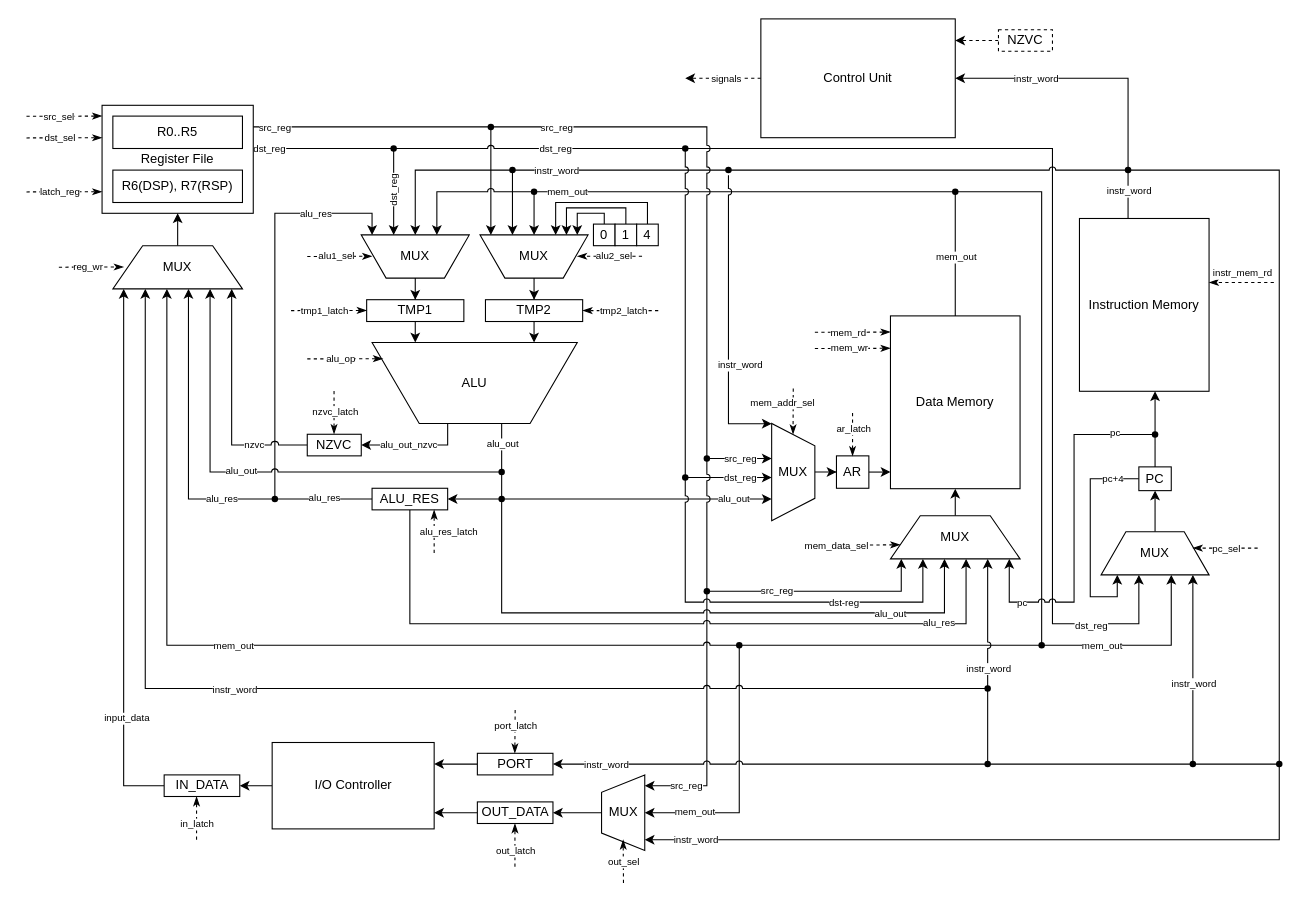
Earlier version of the draw.io diagram scheme/csa_lab4_datapath_scheme.drawio (xtern0o/csa_lab4). Source tidied: cells renumbered, new cells numbered last; positions are measured from the earlier drawing's top-left corner, leaving out a move shared by most shapes. Both pictures are drawn from the tidied source at 108%, with x=0, y=0 at pixel (26, 18).
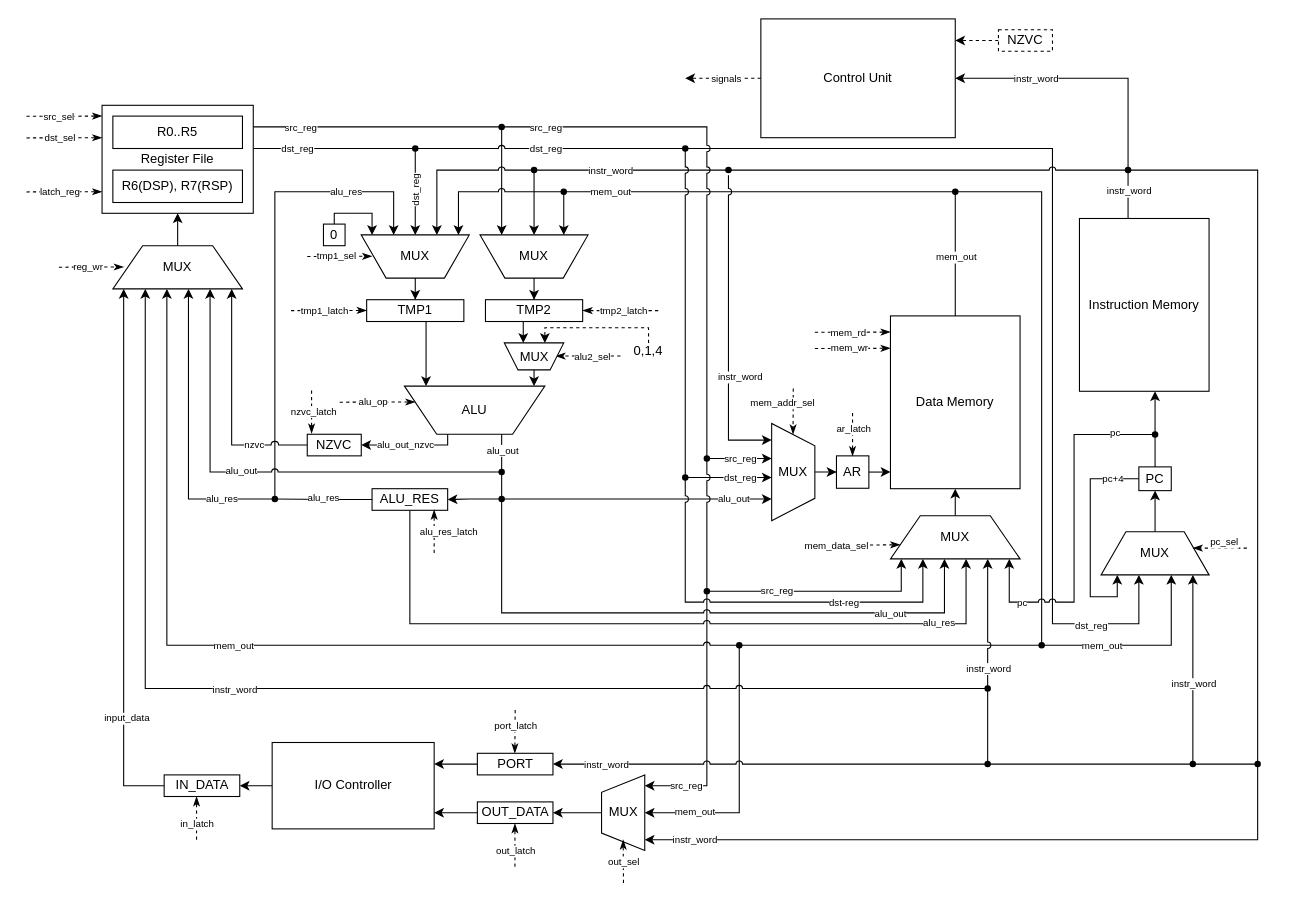
After the change.

The change refers to these unchanged cells:
```xml
<mxCell id="9" style="edgeStyle=orthogonalEdgeStyle;rounded=0;jettySize=auto;html=1;endArrow=none;endFill=0;" parent="1" edge="1" source="11" target="43">
  <mxGeometry relative="1" as="geometry">
    <Array as="points">
      <mxPoint x="150" y="120" />
      <mxPoint x="150" y="120" />
    </Array>
  </mxGeometry>
</mxCell>
<mxCell id="28" value="MUX" style="verticalLabelPosition=middle;verticalAlign=middle;html=1;shape=trapezoid;perimeter=trapezoidPerimeter;whiteSpace=wrap;size=0.23;arcSize=10;flipV=1;labelPosition=center;align=center;" parent="1" vertex="1">
  <mxGeometry x="310" y="200" width="100" height="40" as="geometry" />
</mxCell>
<mxCell id="33" value="MUX" style="verticalLabelPosition=middle;verticalAlign=middle;html=1;shape=trapezoid;perimeter=trapezoidPerimeter;whiteSpace=wrap;size=0.23;arcSize=10;flipV=1;labelPosition=center;align=center;" parent="1" vertex="1">
  <mxGeometry x="420" y="200" width="100" height="40" as="geometry" />
</mxCell>
<mxCell id="34" style="endArrow=classicThin;html=1;rounded=0;dashed=1;endFill=1;" parent="1" edge="1">
  <mxGeometry relative="1" as="geometry">
    <mxPoint x="260" y="220" as="sourcePoint" />
    <mxPoint x="320" y="219.8" as="targetPoint" />
  </mxGeometry>
</mxCell>
<mxCell id="38" style="edgeStyle=orthogonalEdgeStyle;rounded=0;jettySize=auto;html=1;entryX=0.505;entryY=0.805;entryDx=0;entryDy=0;entryPerimeter=0;endArrow=none;endFill=0;" parent="1" edge="1" source="11" target="24">
  <mxGeometry relative="1" as="geometry">
    <Array as="points">
      <mxPoint x="140" y="100" />
      <mxPoint x="140" y="100" />
    </Array>
  </mxGeometry>
</mxCell>
<mxCell id="60" style="shape=waypoint;sketch=0;fillStyle=solid;size=6;points=[];fillColor=none;perimeter=centerPerimeter;snapToPoint=1;" parent="1" vertex="1">
  <mxGeometry x="220" y="434.6" width="20" height="20" as="geometry" />
</mxCell>
<mxCell id="75" value="MUX" style="verticalLabelPosition=middle;verticalAlign=middle;html=1;shape=trapezoid;perimeter=trapezoidPerimeter;whiteSpace=wrap;size=0.23;arcSize=10;flipV=1;labelPosition=center;align=center;legacyAnchorPoints=0;direction=south;" parent="1" vertex="1">
  <mxGeometry x="690" y="374.6" width="40" height="90" as="geometry" />
</mxCell>
<mxCell id="108" value="MUX" style="verticalLabelPosition=middle;verticalAlign=middle;html=1;shape=trapezoid;perimeter=trapezoidPerimeter;whiteSpace=wrap;size=0.23;arcSize=10;flipV=1;labelPosition=center;align=center;legacyAnchorPoints=0;direction=north;" parent="1" vertex="1">
  <mxGeometry x="532.5" y="700" width="40" height="70" as="geometry" />
</mxCell>
<mxCell id="180" style="edgeStyle=orthogonalEdgeStyle;rounded=0;jettySize=auto;html=1;jumpStyle=arc;endArrow=none;endFill=0;" parent="1" edge="1" source="43" target="182">
  <mxGeometry relative="1" as="geometry" />
</mxCell>
<mxCell id="190" style="shape=waypoint;sketch=0;fillStyle=solid;size=6;points=[];fillColor=none;perimeter=centerPerimeter;snapToPoint=1;" parent="1" vertex="1">
  <mxGeometry x="1010" y="130" width="20" height="20" as="geometry" />
</mxCell>
<mxCell id="205" value="TMP1" style="rounded=0;whiteSpace=wrap;html=1;" parent="1" vertex="1">
  <mxGeometry x="315" y="260" width="90" height="20.2" as="geometry" />
</mxCell>
<mxCell id="207" value="TMP2" style="rounded=0;whiteSpace=wrap;html=1;" parent="1" vertex="1">
  <mxGeometry x="425" y="260" width="90" height="20.2" as="geometry" />
</mxCell>
```

Diff of the diagram source:
```diff
@@
     <mxCell id="10" value="dst_reg" style="edgeLabel;html=1;align=center;verticalAlign=middle;fontSize=9;" parent="9" vertex="1">
       <mxGeometry x="0.05" y="-1" relative="1" as="geometry">
-        <mxPoint x="-54" y="-1" as="offset" />
+        <mxPoint x="-39" y="-1" as="offset" />
       </mxGeometry>
     </mxCell>
@@
     <mxCell id="22" style="edgeStyle=orthogonalEdgeStyle;rounded=0;jettySize=auto;html=1;jumpStyle=arc;" parent="1" edge="1" source="24" target="33">
       <mxGeometry relative="1" as="geometry">
         <Array as="points">
-          <mxPoint x="430" y="100" />
-          <mxPoint x="430" y="100" />
+          <mxPoint x="440" y="130" />
+          <mxPoint x="440" y="130" />
         </Array>
       </mxGeometry>
     </mxCell>
@@
     <mxCell id="24" style="shape=waypoint;sketch=0;fillStyle=solid;size=6;points=[];fillColor=none;perimeter=centerPerimeter;snapToPoint=1;" parent="1" vertex="1">
-      <mxGeometry x="420" y="90" width="20" height="20" as="geometry" />
+      <mxGeometry x="430" y="90" width="20" height="20" as="geometry" />
     </mxCell>
@@
     <mxCell id="31" value="ALU" style="verticalLabelPosition=middle;verticalAlign=middle;html=1;shape=trapezoid;perimeter=trapezoidPerimeter;whiteSpace=wrap;size=0.23;arcSize=10;flipV=1;labelPosition=center;align=center;" parent="1" vertex="1">
-      <mxGeometry x="320" y="299.6" width="190" height="75" as="geometry" />
+      <mxGeometry x="350" y="340" width="130" height="44.6" as="geometry" />
     </mxCell>
@@
-    <mxCell id="35" value="alu1_sel" style="edgeLabel;html=1;align=center;verticalAlign=middle;fontSize=9;" parent="34" vertex="1">
+    <mxCell id="35" value="tmp1_sel" style="edgeLabel;html=1;align=center;verticalAlign=middle;fontSize=9;" parent="34" vertex="1">
       <mxGeometry x="-0.3" y="1" relative="1" as="geometry">
         <mxPoint x="6" y="1" as="offset" />
       </mxGeometry>
     </mxCell>
     <mxCell id="36" style="endArrow=classicThin;html=1;rounded=0;dashed=1;endFill=1;" parent="1" edge="1">
       <mxGeometry relative="1" as="geometry">
-        <mxPoint x="570" y="219.8" as="sourcePoint" />
-        <mxPoint x="510" y="219.8" as="targetPoint" />
+        <mxPoint x="550" y="312.2" as="sourcePoint" />
+        <mxPoint x="490" y="312.2" as="targetPoint" />
       </mxGeometry>
     </mxCell>
@@
     <mxCell id="39" value="src_reg" style="edgeLabel;html=1;align=center;verticalAlign=middle;fontSize=9;" parent="38" vertex="1">
       <mxGeometry x="-0.32" y="1" relative="1" as="geometry">
-        <mxPoint x="-56" y="1" as="offset" />
+        <mxPoint x="-35" y="1" as="offset" />
       </mxGeometry>
     </mxCell>
     <mxCell id="40" style="edgeStyle=orthogonalEdgeStyle;rounded=0;jettySize=auto;html=1;" parent="1" edge="1" source="43" target="28">
       <mxGeometry relative="1" as="geometry">
         <Array as="points">
-          <mxPoint x="340" y="140" />
-          <mxPoint x="340" y="140" />
+          <mxPoint x="360" y="140" />
+          <mxPoint x="360" y="140" />
         </Array>
       </mxGeometry>
     </mxCell>
@@
     <mxCell id="43" style="shape=waypoint;sketch=0;fillStyle=solid;size=6;points=[];fillColor=none;perimeter=centerPerimeter;snapToPoint=1;" parent="1" vertex="1">
-      <mxGeometry x="330" y="110" width="20" height="20" as="geometry" />
+      <mxGeometry x="350" y="110" width="20" height="20" as="geometry" />
     </mxCell>
@@
     <mxCell id="55" value="ALU_RES" style="rounded=0;whiteSpace=wrap;html=1;" parent="1" vertex="1">
-      <mxGeometry x="320" y="434.6" width="70" height="20" as="geometry" />
+      <mxGeometry x="320" y="435" width="70" height="20" as="geometry" />
     </mxCell>
@@
     <mxCell id="58" style="edgeStyle=orthogonalEdgeStyle;rounded=0;jettySize=auto;html=1;" parent="1" edge="1" source="60" target="28">
       <mxGeometry relative="1" as="geometry">
         <Array as="points">
-          <mxPoint x="230" y="180" />
-          <mxPoint x="320" y="180" />
+          <mxPoint x="230" y="160" />
+          <mxPoint x="340" y="160" />
         </Array>
       </mxGeometry>
     </mxCell>
@@
     <mxCell id="61" style="endArrow=classicThin;html=1;rounded=0;dashed=1;endFill=1;" parent="1" edge="1">
       <mxGeometry relative="1" as="geometry">
-        <mxPoint x="284.8" y="344.6" as="sourcePoint" />
-        <mxPoint x="284.8" y="384.4" as="targetPoint" />
+        <mxPoint x="264" y="344" as="sourcePoint" />
+        <mxPoint x="264" y="383.8" as="targetPoint" />
       </mxGeometry>
     </mxCell>
@@
     <mxCell id="66" style="endArrow=classicThin;html=1;rounded=0;dashed=1;endFill=1;" parent="1" edge="1">
       <mxGeometry relative="1" as="geometry">
-        <mxPoint x="260" y="314.8" as="sourcePoint" />
-        <mxPoint x="330" y="314.6" as="targetPoint" />
+        <mxPoint x="290" y="354.9" as="sourcePoint" />
+        <mxPoint x="360" y="354.7" as="targetPoint" />
       </mxGeometry>
     </mxCell>
@@
     <mxCell id="68" value="src_reg" style="edgeLabel;html=1;align=center;verticalAlign=middle;fontSize=9;" parent="1" vertex="1">
-      <mxGeometry x="490" y="100" as="geometry" />
+      <mxGeometry x="480" y="100" as="geometry" />
     </mxCell>
@@
-    <mxCell id="78" style="edgeStyle=orthogonalEdgeStyle;rounded=0;jettySize=auto;html=1;" parent="1" edge="1" source="79" target="33">
-      <mxGeometry relative="1" as="geometry">
-        <Array as="points">
-          <mxPoint x="535" y="180" />
-          <mxPoint x="510" y="180" />
-        </Array>
-      </mxGeometry>
-    </mxCell>
-    <mxCell id="79" value="0" style="rounded=0;whiteSpace=wrap;html=1;" parent="1" vertex="1">
-      <mxGeometry x="525" y="190" width="20" height="20" as="geometry" />
-    </mxCell>
@@
     <mxCell id="98" style="shape=waypoint;sketch=0;fillStyle=solid;size=6;points=[];fillColor=none;perimeter=centerPerimeter;snapToPoint=1;" parent="1" vertex="1">
-      <mxGeometry x="460" y="150" width="20" height="20" as="geometry" />
+      <mxGeometry x="487.5" y="150" width="20" height="20" as="geometry" />
     </mxCell>
     <mxCell id="99" style="edgeStyle=orthogonalEdgeStyle;rounded=0;jettySize=auto;html=1;endArrow=classic;endFill=1;jumpStyle=arc;" parent="1" edge="1" source="98" target="28">
       <mxGeometry relative="1" as="geometry">
         <Array as="points">
-          <mxPoint x="380" y="160" />
+          <mxPoint x="400" y="160" />
         </Array>
       </mxGeometry>
     </mxCell>
     <mxCell id="100" value="mem_out" style="edgeLabel;html=1;align=center;verticalAlign=middle;fontSize=9;" parent="99" vertex="1">
       <mxGeometry x="-0.31" y="1" relative="1" as="geometry">
-        <mxPoint x="75" y="-1" as="offset" />
+        <mxPoint x="90" y="-1" as="offset" />
       </mxGeometry>
     </mxCell>
@@
     <mxCell id="140" style="edgeStyle=orthogonalEdgeStyle;rounded=0;jettySize=auto;html=1;jumpStyle=arc;entryX=0.889;entryY=0.831;entryDx=0;entryDy=0;entryPerimeter=0;endArrow=none;endFill=0;" parent="1" edge="1" source="190" target="151">
       <mxGeometry relative="1" as="geometry">
         <Array as="points">
-          <mxPoint x="1160" y="140" />
+          <mxPoint x="1140" y="140" />
         </Array>
       </mxGeometry>
     </mxCell>
@@
     <mxCell id="143" style="edgeStyle=orthogonalEdgeStyle;rounded=0;jettySize=auto;html=1;" parent="1" edge="1" source="146" target="33">
       <mxGeometry relative="1" as="geometry">
         <Array as="points">
-          <mxPoint x="450" y="180" />
-          <mxPoint x="450" y="180" />
+          <mxPoint x="470" y="160" />
+          <mxPoint x="470" y="160" />
         </Array>
       </mxGeometry>
     </mxCell>
-    <mxCell id="144" style="edgeStyle=orthogonalEdgeStyle;rounded=0;jettySize=auto;html=1;" parent="1" edge="1" source="146" target="28">
+    <mxCell id="144" style="edgeStyle=orthogonalEdgeStyle;rounded=0;jettySize=auto;html=1;jumpStyle=arc;" parent="1" edge="1" source="146" target="28">
       <mxGeometry relative="1" as="geometry">
         <Array as="points">
-          <mxPoint x="360" y="140" />
+          <mxPoint x="380" y="140" />
         </Array>
       </mxGeometry>
     </mxCell>
     <mxCell id="145" value="instr_word" style="edgeLabel;html=1;align=center;verticalAlign=middle;fontSize=9;rotation=0;" parent="144" vertex="1">
       <mxGeometry x="0.63" y="2" relative="1" as="geometry">
-        <mxPoint x="128" y="-32" as="offset" />
+        <mxPoint x="158" y="-32" as="offset" />
       </mxGeometry>
     </mxCell>
     <mxCell id="146" style="shape=waypoint;sketch=0;fillStyle=solid;size=6;points=[];fillColor=none;perimeter=centerPerimeter;snapToPoint=1;" parent="1" vertex="1">
-      <mxGeometry x="440" y="130" width="20" height="20" as="geometry" />
+      <mxGeometry x="460" y="130" width="20" height="20" as="geometry" />
     </mxCell>
@@
     <mxCell id="149" style="edgeStyle=orthogonalEdgeStyle;rounded=0;jettySize=auto;html=1;" parent="1" edge="1" source="151" target="108">
       <mxGeometry relative="1" as="geometry">
         <Array as="points">
-          <mxPoint x="1160" y="760" />
+          <mxPoint x="1140" y="760" />
         </Array>
       </mxGeometry>
     </mxCell>
@@
     <mxCell id="151" style="shape=waypoint;sketch=0;fillStyle=solid;size=6;points=[];fillColor=none;perimeter=centerPerimeter;snapToPoint=1;" parent="1" vertex="1">
-      <mxGeometry x="1150" y="680" width="20" height="20" as="geometry" />
+      <mxGeometry x="1130" y="680" width="20" height="20" as="geometry" />
     </mxCell>
@@
-    <mxCell id="153" style="edgeStyle=orthogonalEdgeStyle;rounded=0;orthogonalLoop=1;jettySize=auto;html=1;jumpStyle=arc;" parent="1" edge="1">
+    <mxCell id="153" style="edgeStyle=orthogonalEdgeStyle;rounded=0;jettySize=auto;html=1;jumpStyle=arc;" parent="1" edge="1" target="75">
       <mxGeometry relative="1" as="geometry">
         <mxPoint x="650" y="144.8" as="sourcePoint" />
-        <mxPoint x="690" y="374.8" as="targetPoint" />
         <Array as="points">
-          <mxPoint x="650" y="374.8" />
+          <mxPoint x="650" y="390" />
         </Array>
       </mxGeometry>
     </mxCell>
@@
-    <mxCell id="162" style="edgeStyle=orthogonalEdgeStyle;rounded=0;jettySize=auto;html=1;" parent="1" edge="1" source="163" target="33">
-      <mxGeometry relative="1" as="geometry">
-        <Array as="points">
-          <mxPoint x="555" y="175" />
-          <mxPoint x="500" y="175" />
-        </Array>
-      </mxGeometry>
-    </mxCell>
-    <mxCell id="163" value="1" style="rounded=0;whiteSpace=wrap;html=1;" parent="1" vertex="1">
-      <mxGeometry x="545" y="190" width="20" height="20" as="geometry" />
-    </mxCell>
@@
     <mxCell id="181" value="dst_reg" style="edgeLabel;html=1;align=center;verticalAlign=middle;fontSize=9;" parent="180" vertex="1">
       <mxGeometry x="0.24" y="-1" relative="1" as="geometry">
-        <mxPoint x="-18" y="-1" as="offset" />
+        <mxPoint x="-35" y="-1" as="offset" />
       </mxGeometry>
     </mxCell>
@@
     <mxCell id="185" style="endArrow=classicThin;html=1;rounded=0;dashed=1;endFill=1;jumpStyle=line;" parent="1" edge="1">
       <mxGeometry relative="1" as="geometry">
-        <mxPoint x="1140" y="490" as="sourcePoint" />
+        <mxPoint x="1130" y="490" as="sourcePoint" />
         <mxPoint x="1080" y="490" as="targetPoint" />
       </mxGeometry>
     </mxCell>
     <mxCell id="186" value="pc_sel" style="edgeLabel;html=1;align=center;verticalAlign=middle;fontSize=9;" parent="185" vertex="1">
       <mxGeometry x="-0.3" y="1" relative="1" as="geometry">
-        <mxPoint x="-9" y="-1" as="offset" />
+        <mxPoint x="-4" y="-7" as="offset" />
       </mxGeometry>
     </mxCell>
-    <mxCell id="187" style="endArrow=classicThin;html=1;rounded=0;dashed=1;endFill=1;" parent="1" edge="1">
-      <mxGeometry relative="1" as="geometry">
-        <mxPoint x="1155" y="244" as="sourcePoint" />
-        <mxPoint x="1095" y="244" as="targetPoint" />
-      </mxGeometry>
-    </mxCell>
-    <mxCell id="188" value="instr_mem_rd" style="edgeLabel;html=1;align=center;verticalAlign=middle;fontSize=9;" parent="187" vertex="1">
-      <mxGeometry x="-0.3" y="1" relative="1" as="geometry">
-        <mxPoint x="-9" y="-10" as="offset" />
-      </mxGeometry>
-    </mxCell>
@@
-    <mxCell id="202" style="edgeStyle=orthogonalEdgeStyle;rounded=0;jettySize=auto;html=1;" parent="1" edge="1" source="203" target="33">
-      <mxGeometry relative="1" as="geometry">
-        <Array as="points">
-          <mxPoint x="575" y="170" />
-          <mxPoint x="490" y="170" />
-        </Array>
-      </mxGeometry>
-    </mxCell>
-    <mxCell id="203" value="4" style="rounded=0;whiteSpace=wrap;html=1;" parent="1" vertex="1">
-      <mxGeometry x="565" y="190" width="20" height="20" as="geometry" />
-    </mxCell>
     <mxCell id="204" style="edgeStyle=orthogonalEdgeStyle;rounded=0;jettySize=auto;html=1;" parent="1" edge="1" source="205" target="31">
       <mxGeometry relative="1" as="geometry">
         <Array as="points">
-          <mxPoint x="360" y="330" />
-          <mxPoint x="360" y="330" />
+          <mxPoint x="370" y="310" />
+          <mxPoint x="370" y="310" />
         </Array>
       </mxGeometry>
     </mxCell>
@@
-    <mxCell id="206" style="edgeStyle=orthogonalEdgeStyle;rounded=0;jettySize=auto;html=1;" parent="1" edge="1" source="207" target="31">
+    <mxCell id="206" style="edgeStyle=orthogonalEdgeStyle;rounded=0;jettySize=auto;html=1;" parent="1" edge="1" source="216" target="31">
       <mxGeometry relative="1" as="geometry">
         <Array as="points">
-          <mxPoint x="470" y="320" />
-          <mxPoint x="470" y="320" />
+          <mxPoint x="470" y="330" />
+          <mxPoint x="470" y="330" />
         </Array>
       </mxGeometry>
     </mxCell>
@@
+    <mxCell id="214" style="edgeStyle=orthogonalEdgeStyle;rounded=0;jettySize=auto;html=1;" parent="1" edge="1" source="79" target="28">
+      <mxGeometry relative="1" as="geometry">
+        <Array as="points">
+          <mxPoint x="285" y="180" />
+          <mxPoint x="320" y="180" />
+        </Array>
+      </mxGeometry>
+    </mxCell>
+    <mxCell id="79" value="0" style="rounded=0;whiteSpace=wrap;html=1;" parent="1" vertex="1">
+      <mxGeometry x="275" y="190" width="20" height="20" as="geometry" />
+    </mxCell>
+    <mxCell id="215" style="edgeStyle=orthogonalEdgeStyle;rounded=0;jettySize=auto;html=1;" parent="1" edge="1" source="207" target="216">
+      <mxGeometry relative="1" as="geometry">
+        <Array as="points">
+          <mxPoint x="460" y="290" />
+          <mxPoint x="460" y="290" />
+        </Array>
+      </mxGeometry>
+    </mxCell>
+    <mxCell id="216" value="MUX" style="verticalLabelPosition=middle;verticalAlign=middle;html=1;shape=trapezoid;perimeter=trapezoidPerimeter;whiteSpace=wrap;size=0.23;arcSize=10;flipV=1;labelPosition=center;align=center;legacyAnchorPoints=0;" parent="1" vertex="1">
+      <mxGeometry x="442.5" y="300" width="55" height="25" as="geometry" />
+    </mxCell>
+    <mxCell id="217" style="endArrow=classic;html=1;rounded=0;edgeStyle=orthogonalEdgeStyle;dashed=1;" parent="1" edge="1" target="216">
+      <mxGeometry relative="1" as="geometry">
+        <mxPoint x="576" y="300" as="sourcePoint" />
+        <Array as="points">
+          <mxPoint x="576" y="286" />
+          <mxPoint x="480" y="286" />
+        </Array>
+      </mxGeometry>
+    </mxCell>
+    <mxCell id="218" value="0,1,4" style="text;html=1;whiteSpace=wrap;strokeColor=none;fillColor=none;align=center;verticalAlign=middle;rounded=0;" parent="1" vertex="1">
+      <mxGeometry x="546" y="293" width="60" height="30" as="geometry" />
+    </mxCell>
```
